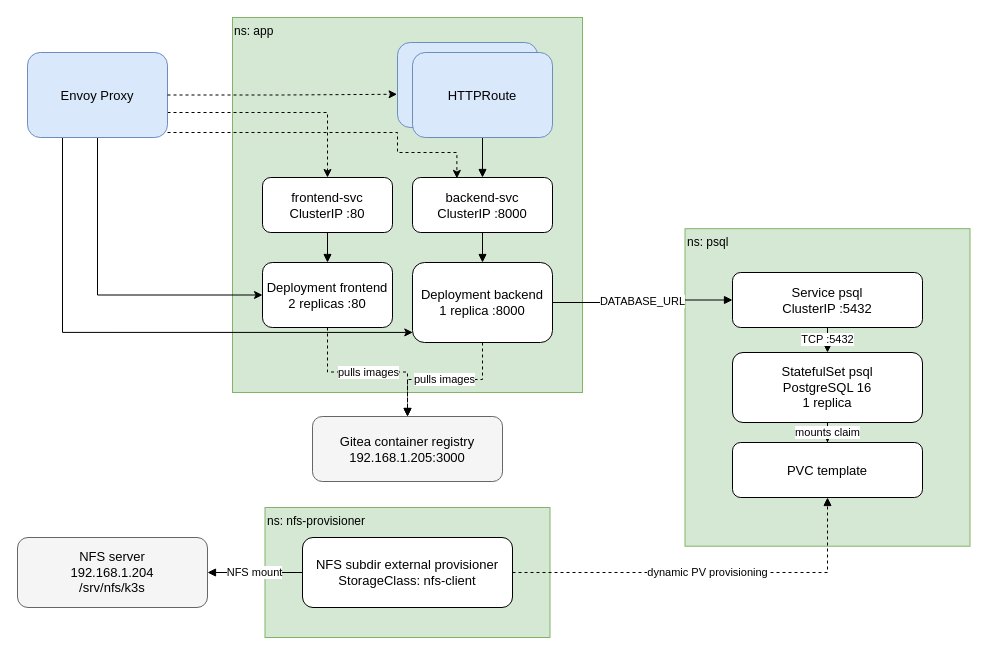
Before: docs/diagrams/cluster.drawio in kuzz0k/zero-to-cluster, a draw.io diagram. Source tidied: cells renumbered, new cells numbered last; positions are measured from the earlier drawing's top-left corner, leaving out a move shared by most shapes. Both pictures are drawn from the tidied source at 100%, with x=0, y=0 at pixel (17, 17).
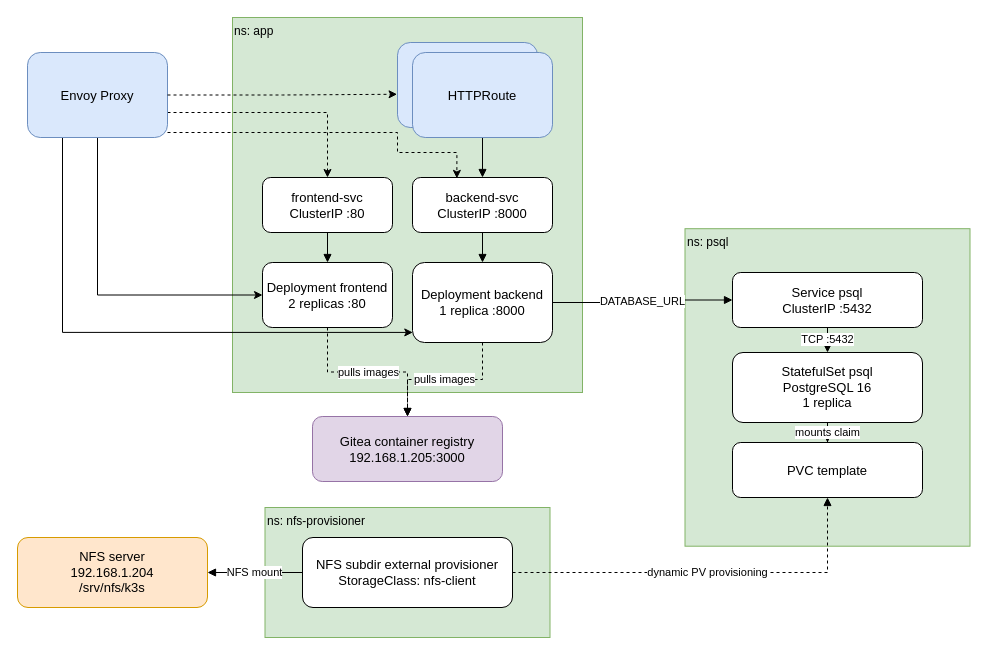
After the change.

Diff of the diagram source:
```diff
@@
-    <mxCell id="13" value="NFS server&lt;br&gt;192.168.1.204&lt;br&gt;/srv/nfs/k3s" style="rounded=1;whiteSpace=wrap;html=1;fillColor=#f5f5f5;strokeColor=#666666;fontSize=13;" parent="1" vertex="1">
+    <mxCell id="13" value="NFS server&lt;br&gt;192.168.1.204&lt;br&gt;/srv/nfs/k3s" style="rounded=1;whiteSpace=wrap;html=1;fillColor=#ffe6cc;strokeColor=#d79b00;fontSize=13;" parent="1" vertex="1">
       <mxGeometry y="520" width="190" height="70" as="geometry" />
     </mxCell>
-    <mxCell id="14" value="Gitea container registry&lt;br&gt;192.168.1.205:3000" style="rounded=1;whiteSpace=wrap;html=1;fillColor=#f5f5f5;strokeColor=#666666;fontSize=13;" parent="1" vertex="1">
+    <mxCell id="14" value="Gitea container registry&lt;br&gt;192.168.1.205:3000" style="rounded=1;whiteSpace=wrap;html=1;fillColor=#e1d5e7;strokeColor=#9673a6;fontSize=13;" parent="1" vertex="1">
       <mxGeometry x="295" y="399" width="190" height="65" as="geometry" />
     </mxCell>
```
